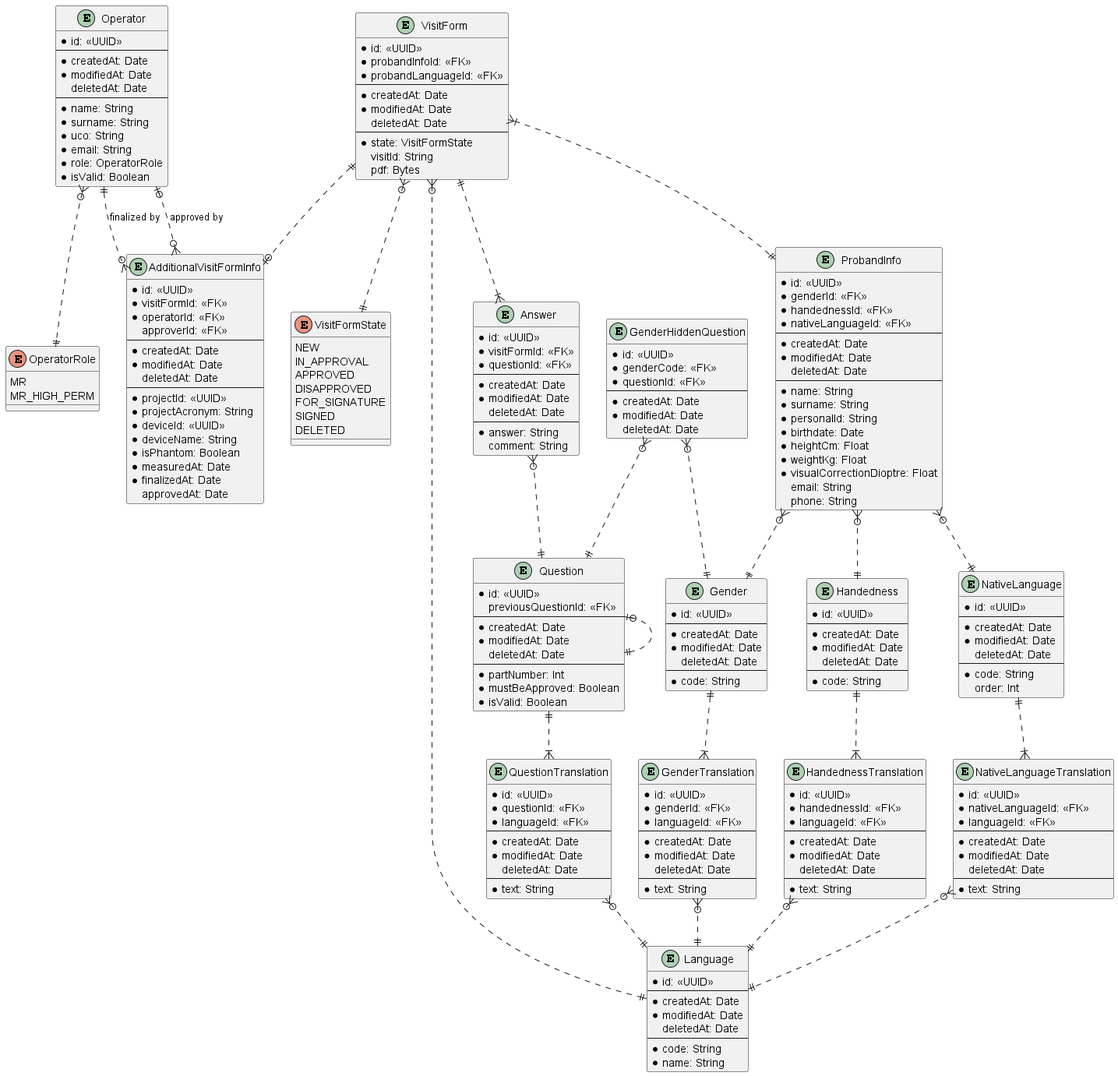
The PlantUML diagram docs/ERD.png in lukas-kratochvil/mafil-proband-safety-questionnaire, before a commit.
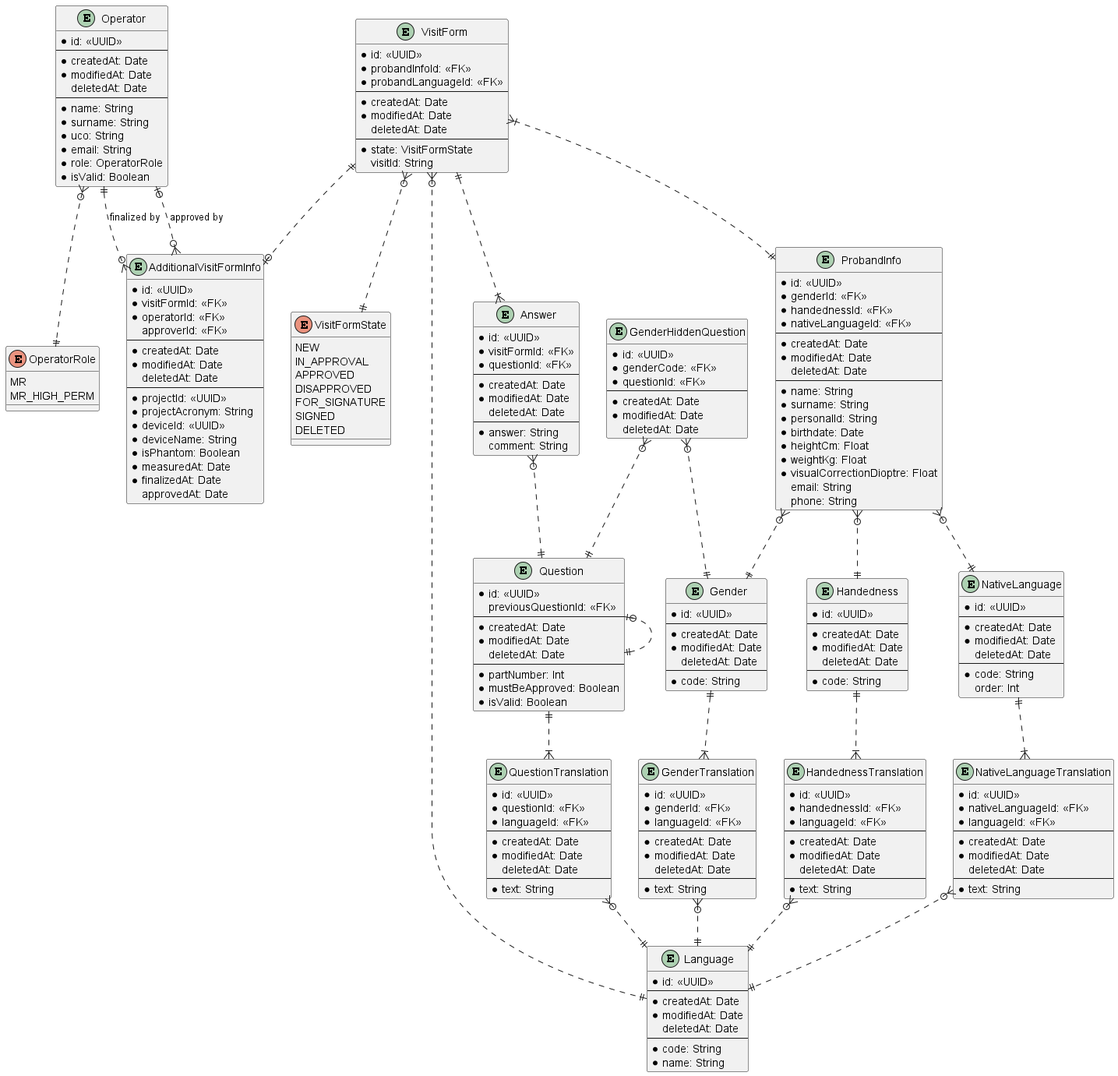
After the change.

What changed in the source:
```diff
@@ -31,7 +31,6 @@
   ---
   * state: VisitFormState
   visitId: String
-  pdf: Bytes
 }
 
 enum VisitFormState {
```
